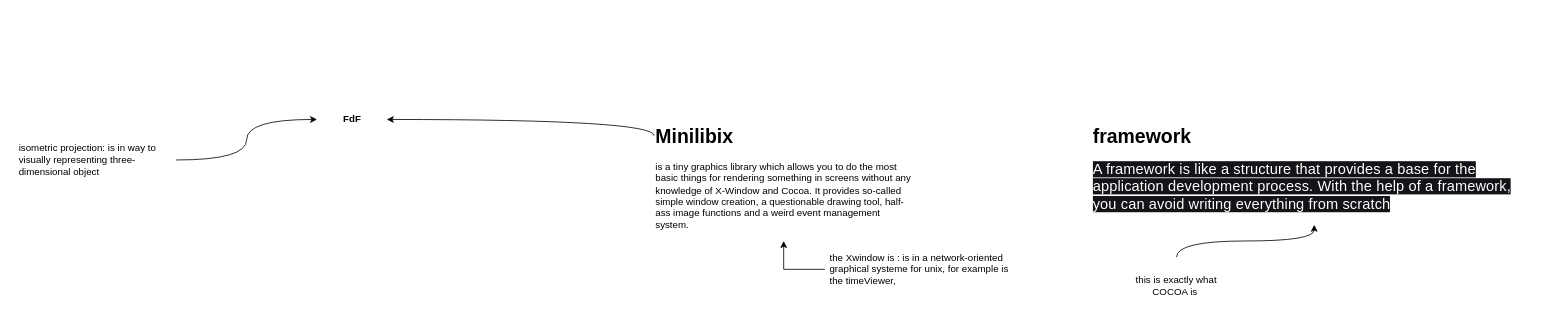
Above: graph.drawio in raynlamlaika/Fdf (draw.io), before the change. Source tidied: cells renumbered, new cells numbered last; positions are measured from the earlier drawing's top-left corner, leaving out a move shared by most shapes. Both pictures are drawn from the tidied source at 81%, with x=0, y=0 at pixel (14, 103).
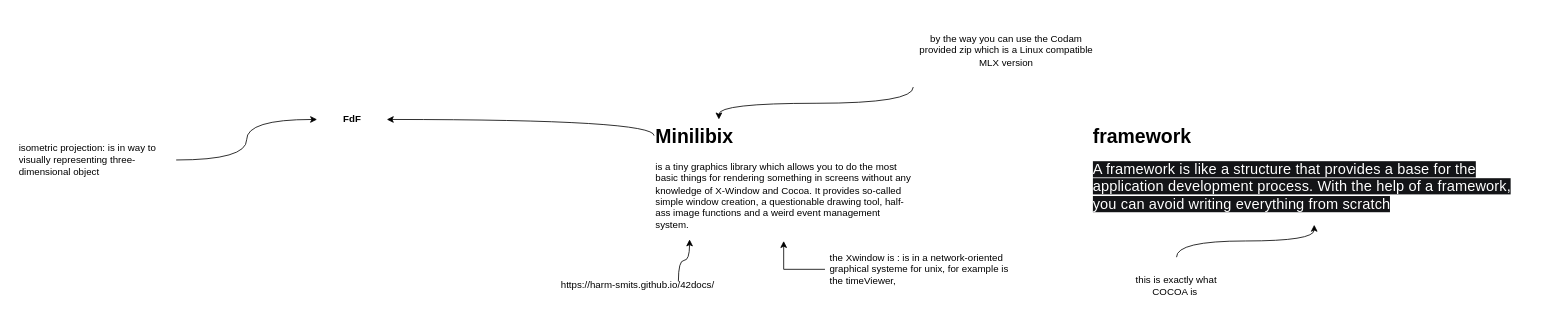
After the change.

Diff of the diagram source:
```diff
@@
 <mxGraphModel>
   <root>
     <mxCell id="0" />
     <mxCell id="1" parent="0" />
     <mxCell id="2" value="FdF" style="text;align=center;fontStyle=1;verticalAlign=middle;spacingLeft=3;spacingRight=3;strokeColor=none;points=[[0,0.5],[1,0.5]];portConstraint=eastwest;html=1;" parent="1" vertex="1">
       <mxGeometry x="374" width="86" height="40" as="geometry" />
     </mxCell>
     <mxCell id="3" style="edgeStyle=orthogonalEdgeStyle;rounded=0;jettySize=auto;html=1;exitX=1;exitY=0.5;exitDx=0;exitDy=0;entryX=0;entryY=0.5;entryDx=0;entryDy=0;curved=1;" parent="1" edge="1" source="4" target="2">
       <mxGeometry relative="1" as="geometry" />
     </mxCell>
     <mxCell id="4" value="isometric projection: is in way to visually representing three-dimensional object" style="text;strokeColor=none;fillColor=none;align=left;verticalAlign=middle;spacingLeft=4;spacingRight=4;overflow=hidden;points=[[0,0.5],[1,0.5]];portConstraint=eastwest;whiteSpace=wrap;html=1;" parent="1" vertex="1">
       <mxGeometry y="40" width="200" height="60" as="geometry" />
     </mxCell>
     <mxCell id="5" style="edgeStyle=orthogonalEdgeStyle;rounded=0;jettySize=auto;html=1;exitX=0;exitY=0.133;exitDx=0;exitDy=0;curved=1;exitPerimeter=0;" parent="1" edge="1" source="6">
       <mxGeometry relative="1" as="geometry">
         <mxPoint x="460" y="20" as="targetPoint" />
         <Array as="points">
           <mxPoint x="790" y="20" />
         </Array>
       </mxGeometry>
     </mxCell>
     <mxCell id="6" value="&lt;h1 style=&quot;margin-top: 0px;&quot;&gt;Minilibix&lt;/h1&gt;&lt;div&gt;is a tiny graphics library which allows you to do the most basic things for rendering something in screens without any knowledge of X-Window and Cocoa. It provides so-called simple window creation, a questionable drawing tool, half-ass image functions and a weird event management system.&lt;br&gt;&lt;/div&gt;&lt;p&gt;&lt;br&gt;&lt;/p&gt;" style="text;html=1;whiteSpace=wrap;overflow=hidden;rounded=0;" parent="1" vertex="1">
       <mxGeometry x="790" y="20" width="320" height="150" as="geometry" />
     </mxCell>
     <mxCell id="7" style="edgeStyle=orthogonalEdgeStyle;rounded=0;jettySize=auto;html=1;exitX=0;exitY=0.5;exitDx=0;exitDy=0;" parent="1" edge="1" source="8" target="6">
       <mxGeometry relative="1" as="geometry" />
     </mxCell>
     <mxCell id="8" value="the Xwindow is : is in a network-oriented graphical systeme for unix, for example is the timeViewer," style="text;strokeColor=none;fillColor=none;align=left;verticalAlign=middle;spacingLeft=4;spacingRight=4;overflow=hidden;points=[[0,0.5],[1,0.5]];portConstraint=eastwest;whiteSpace=wrap;html=1;" parent="1" vertex="1">
       <mxGeometry x="1001" y="170" width="240" height="70" as="geometry" />
     </mxCell>
     <mxCell id="9" value="&lt;h1 style=&quot;margin-top: 0px;&quot;&gt;framework&lt;/h1&gt;&lt;p&gt;&lt;span style=&quot;color: rgb(255, 255, 255); font-family: Nunito, sans-serif; font-size: 18px; letter-spacing: 0.162px; background-color: rgb(19, 20, 23);&quot;&gt;A framework is like a structure that provides a base for the application development process. With the help of a framework, you can avoid writing everything from scratch&lt;/span&gt;&lt;/p&gt;" style="text;html=1;whiteSpace=wrap;overflow=hidden;rounded=0;" parent="1" vertex="1">
       <mxGeometry x="1330" y="20" width="550" height="130" as="geometry" />
     </mxCell>
     <mxCell id="10" style="edgeStyle=orthogonalEdgeStyle;rounded=0;jettySize=auto;html=1;exitX=0.5;exitY=0;exitDx=0;exitDy=0;entryX=0.5;entryY=1;entryDx=0;entryDy=0;curved=1;" parent="1" edge="1" source="11" target="9">
       <mxGeometry relative="1" as="geometry" />
     </mxCell>
     <mxCell id="11" value="this is exactly what COCOA is&amp;nbsp;" style="text;html=1;align=center;verticalAlign=middle;whiteSpace=wrap;rounded=0;" parent="1" vertex="1">
       <mxGeometry x="1380" y="190" width="110" height="70" as="geometry" />
     </mxCell>
+    <mxCell id="12" style="edgeStyle=orthogonalEdgeStyle;rounded=0;jettySize=auto;html=1;exitX=0;exitY=1;exitDx=0;exitDy=0;entryX=0.25;entryY=0;entryDx=0;entryDy=0;curved=1;" parent="1" edge="1" source="13" target="6">
+      <mxGeometry relative="1" as="geometry" />
+    </mxCell>
+    <mxCell id="13" value="by the way&amp;nbsp;you can use the Codam provided zip which is a Linux compatible MLX version" style="text;html=1;align=center;verticalAlign=middle;whiteSpace=wrap;rounded=0;" parent="1" vertex="1">
+      <mxGeometry x="1110" y="-110" width="230" height="90" as="geometry" />
+    </mxCell>
+    <mxCell id="14" style="edgeStyle=orthogonalEdgeStyle;rounded=0;jettySize=auto;html=1;entryX=0.137;entryY=0.987;entryDx=0;entryDy=0;curved=1;entryPerimeter=0;" parent="1" edge="1" source="15" target="6">
+      <mxGeometry relative="1" as="geometry">
+        <Array as="points">
+          <mxPoint x="820" y="194" />
+          <mxPoint x="834" y="194" />
+        </Array>
+      </mxGeometry>
+    </mxCell>
+    <mxCell id="15" value="https://harm-smits.github.io/42docs/" style="text;html=1;align=center;verticalAlign=middle;whiteSpace=wrap;rounded=0;" parent="1" vertex="1">
+      <mxGeometry x="660" y="220" width="220" height="10" as="geometry" />
+    </mxCell>
   </root>
 </mxGraphModel>
```
